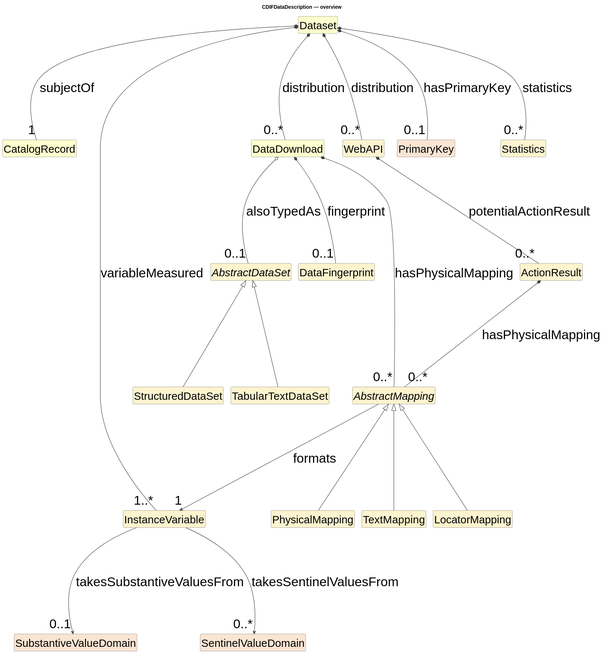
Above: cdif-uml-model/CDIFDataDescription/index.svg in Cross-Domain-Interoperability-Framework/metadataBuildingBlocks (PlantUML), before the change.
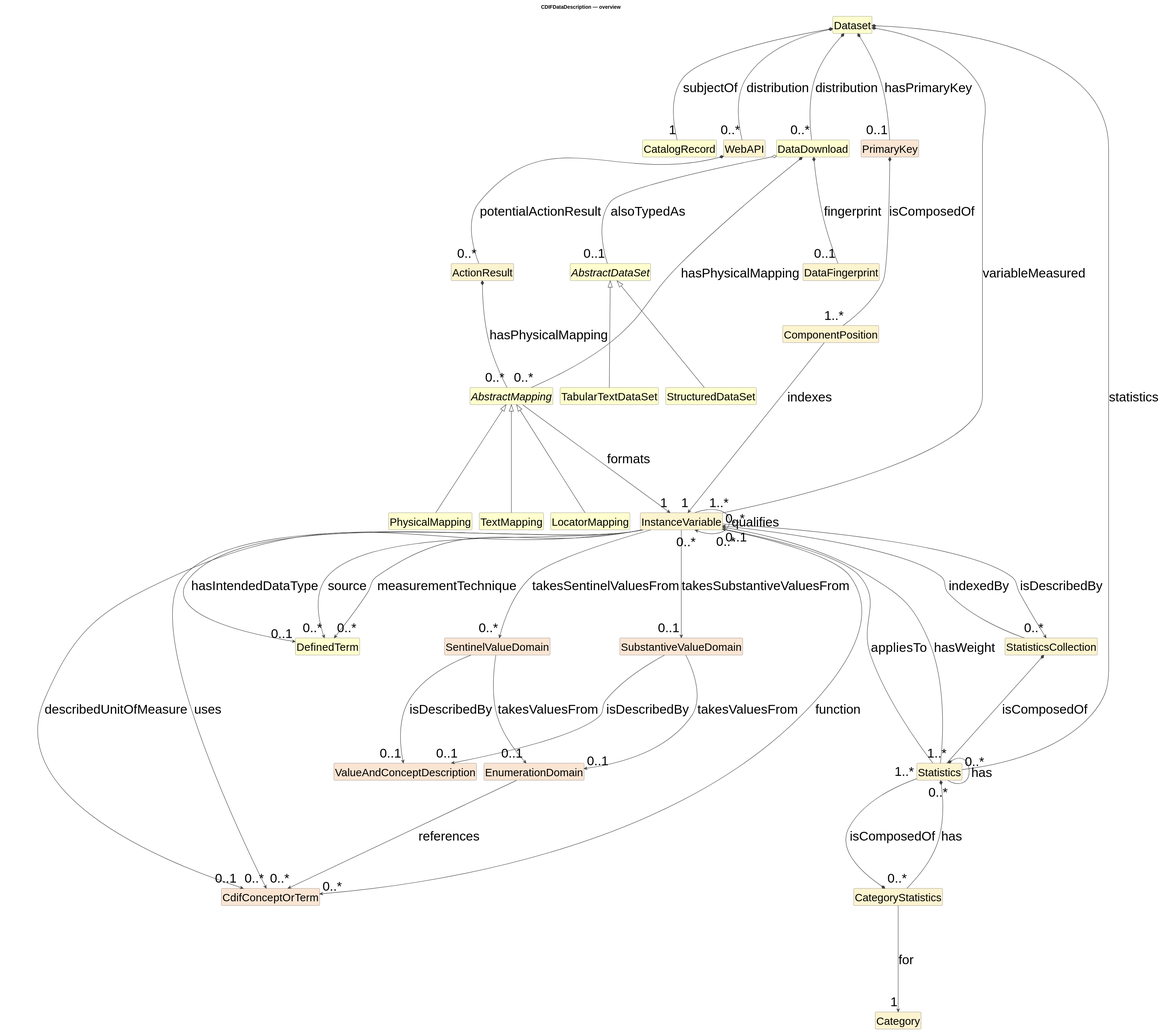
The same file after the commit.

What changed in the source:
```diff
@@ -20,18 +20,26 @@
 class "WebAPI" as WebAPI #FCF3CF
 class "ActionResult" as ActionResult #FCF3CF
 class "InstanceVariable" as InstanceVariable #FCF3CF
-abstract class "AbstractMapping" as AbstractMapping #FCF3CF
-class "PhysicalMapping" as PhysicalMapping #FCF3CF
-class "TextMapping" as TextMapping #FCF3CF
-class "LocatorMapping" as LocatorMapping #FCF3CF
-abstract class "AbstractDataSet" as AbstractDataSet #FCF3CF
-class "TabularTextDataSet" as TabularTextDataSet #FCF3CF
-class "StructuredDataSet" as StructuredDataSet #FCF3CF
+class "SubstantiveValueDomain" as SubstantiveValueDomain #FAE5D3
+class "SentinelValueDomain" as SentinelValueDomain #FAE5D3
+class "EnumerationDomain" as EnumerationDomain #FAE5D3
+class "ValueAndConceptDescription" as ValueAndConceptDescription #FAE5D3
+class "DefinedTerm" as DefinedTerm #FEFECE
+class "CdifConceptOrTerm" as CdifConceptOrTerm #FAE5D3
+abstract class "AbstractMapping" as AbstractMapping #FEFECE
+class "PhysicalMapping" as PhysicalMapping #FEFECE
+class "TextMapping" as TextMapping #FEFECE
+class "LocatorMapping" as LocatorMapping #FEFECE
+abstract class "AbstractDataSet" as AbstractDataSet #FEFECE
+class "TabularTextDataSet" as TabularTextDataSet #FEFECE
+class "StructuredDataSet" as StructuredDataSet #FEFECE
 class "DataFingerprint" as DataFingerprint #FCF3CF
 class "PrimaryKey" as PrimaryKey #FAE5D3
+class "ComponentPosition" as ComponentPosition #FCF3CF
 class "Statistics" as Statistics #FCF3CF
-class "SubstantiveValueDomain" as SubstantiveValueDomain #FAE5D3
-class "SentinelValueDomain" as SentinelValueDomain #FAE5D3
+class "CategoryStatistics" as CategoryStatistics #FCF3CF
+class "StatisticsCollection" as StatisticsCollection #FCF3CF
+class "Category" as Category #FCF3CF
 AbstractMapping <|-- PhysicalMapping
 AbstractMapping <|-- TextMapping
 AbstractMapping <|-- LocatorMapping
@@ -50,5 +58,28 @@
 ActionResult *-- "0..*" AbstractMapping : hasPhysicalMapping
 InstanceVariable --> "0..1" SubstantiveValueDomain : takesSubstantiveValuesFrom
 InstanceVariable --> "0..*" SentinelValueDomain : takesSentinelValuesFrom
+InstanceVariable --> "0..*" CdifConceptOrTerm : uses
+InstanceVariable --> "0..1" DefinedTerm : hasIntendedDataType
+InstanceVariable --> "0..1" CdifConceptOrTerm : describedUnitOfMeasure
+InstanceVariable --> "0..*" CdifConceptOrTerm : function
+InstanceVariable --> "0..*" InstanceVariable : qualifies
+InstanceVariable --> "0..*" StatisticsCollection : isDescribedBy
+InstanceVariable --> "0..*" DefinedTerm : source
+InstanceVariable --> "0..*" DefinedTerm : measurementTechnique
+SubstantiveValueDomain --> "0..1" EnumerationDomain : takesValuesFrom
+SubstantiveValueDomain --> "0..1" ValueAndConceptDescription : isDescribedBy
+SentinelValueDomain --> "0..1" EnumerationDomain : takesValuesFrom
+SentinelValueDomain --> "0..1" ValueAndConceptDescription : isDescribedBy
+EnumerationDomain --> "0..*" CdifConceptOrTerm : references
 AbstractMapping --> "1" InstanceVariable : formats
+PrimaryKey *-- "1..*" ComponentPosition : isComposedOf
+ComponentPosition --> "1" InstanceVariable : indexes
+Statistics --> "0..*" InstanceVariable : appliesTo
+Statistics --> "0..1" InstanceVariable : hasWeight
+Statistics *-- "0..*" CategoryStatistics : has
+Statistics *-- "0..*" Statistics : has
+CategoryStatistics *-- "1..*" Statistics : isComposedOf
+CategoryStatistics --> "1" Category : for
+StatisticsCollection *-- "1..*" Statistics : isComposedOf
+StatisticsCollection --> "0..*" InstanceVariable : indexedBy
 @enduml
```
